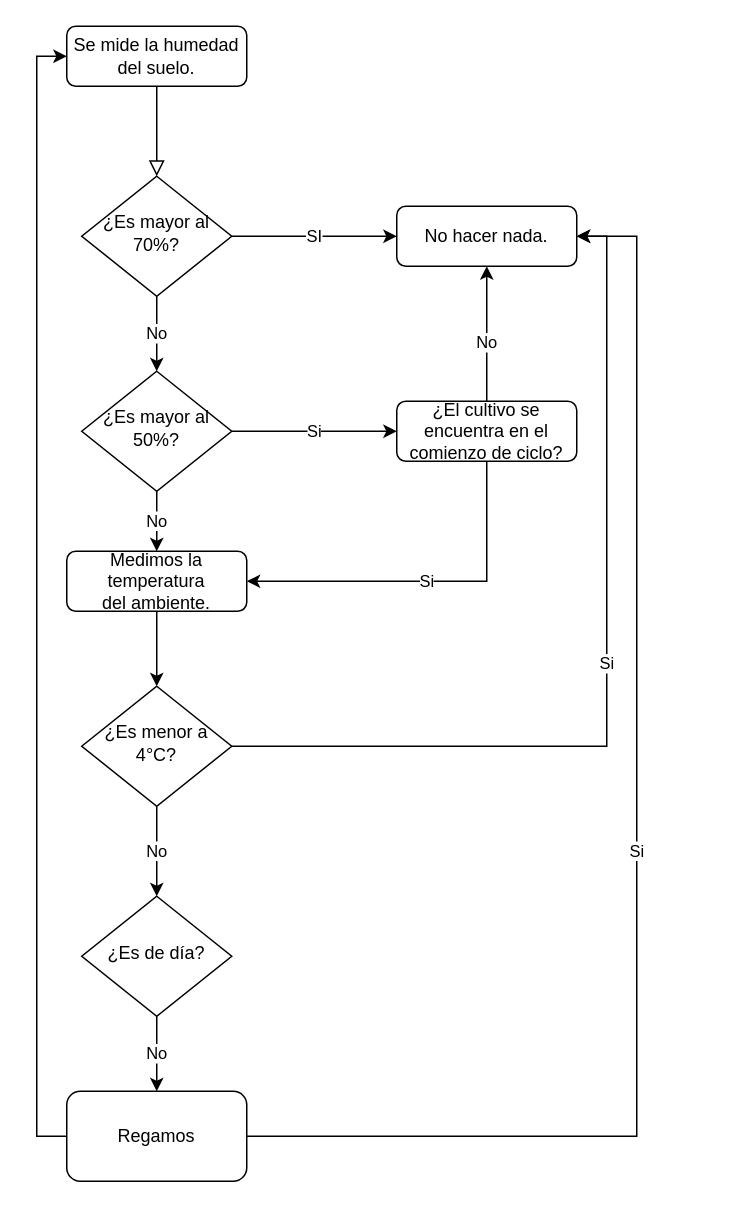
The draw.io diagram Flowchart.drawio in bayaspirina/Riego, before the edit. Source tidied: cells renumbered, new cells numbered last; positions are measured from the earlier drawing's top-left corner, leaving out a move shared by most shapes. Both pictures are drawn from the tidied source at 150%, with x=0, y=0 at pixel (66, 26).
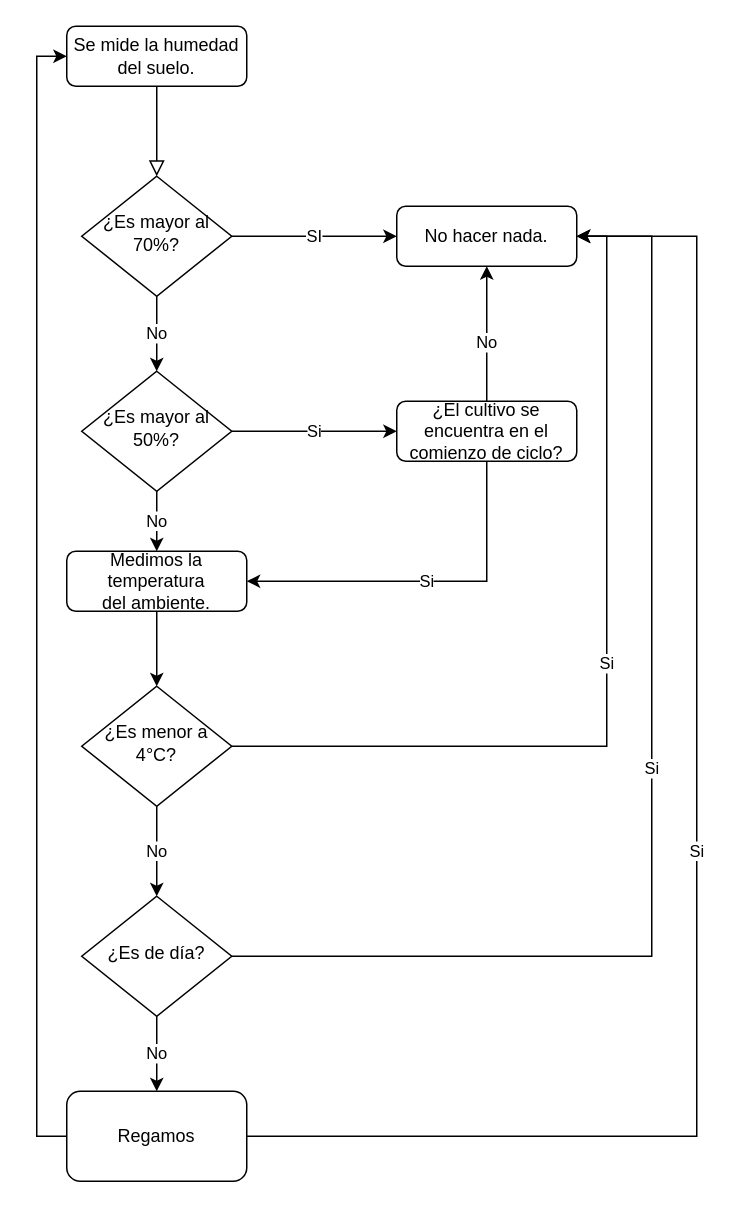
The same diagram, later.

Unchanged cells that the change refers to:
```xml
<mxCell id="12" value="No hacer nada." style="rounded=1;whiteSpace=wrap;html=1;fontSize=12;glass=0;strokeWidth=1;shadow=0;" parent="1" vertex="1">
  <mxGeometry x="220" y="120" width="120" height="40" as="geometry" />
</mxCell>
<mxCell id="20" value="¿Es de día?" style="rhombus;whiteSpace=wrap;html=1;shadow=0;fontFamily=Helvetica;fontSize=12;align=center;strokeWidth=1;spacing=6;spacingTop=-4;" parent="1" vertex="1">
  <mxGeometry x="10" y="580" width="100" height="80" as="geometry" />
</mxCell>
<mxCell id="23" value="Regamos" style="rounded=1;whiteSpace=wrap;html=1;" parent="1" vertex="1">
  <mxGeometry y="710" width="120" height="60" as="geometry" />
</mxCell>
```

Diff of the diagram source:
```diff
@@
+    <mxCell id="24" value="Si" style="edgeStyle=orthogonalEdgeStyle;rounded=0;jettySize=auto;html=1;exitX=1;exitY=0.5;exitDx=0;exitDy=0;entryX=1;entryY=0.5;entryDx=0;entryDy=0;" parent="1" edge="1" source="20" target="12">
+      <mxGeometry relative="1" as="geometry">
+        <Array as="points">
+          <mxPoint x="390" y="620" />
+          <mxPoint x="390" y="140" />
+        </Array>
+      </mxGeometry>
+    </mxCell>
@@
     <mxCell id="22" value="Si" style="edgeStyle=orthogonalEdgeStyle;rounded=0;jettySize=auto;html=1;exitX=1;exitY=0.5;exitDx=0;exitDy=0;entryX=1;entryY=0.5;entryDx=0;entryDy=0;" parent="1" edge="1" source="23" target="12">
       <mxGeometry relative="1" as="geometry">
         <Array as="points">
-          <mxPoint x="380" y="740" />
-          <mxPoint x="380" y="140" />
+          <mxPoint x="420" y="740" />
+          <mxPoint x="420" y="140" />
         </Array>
       </mxGeometry>
     </mxCell>
```
